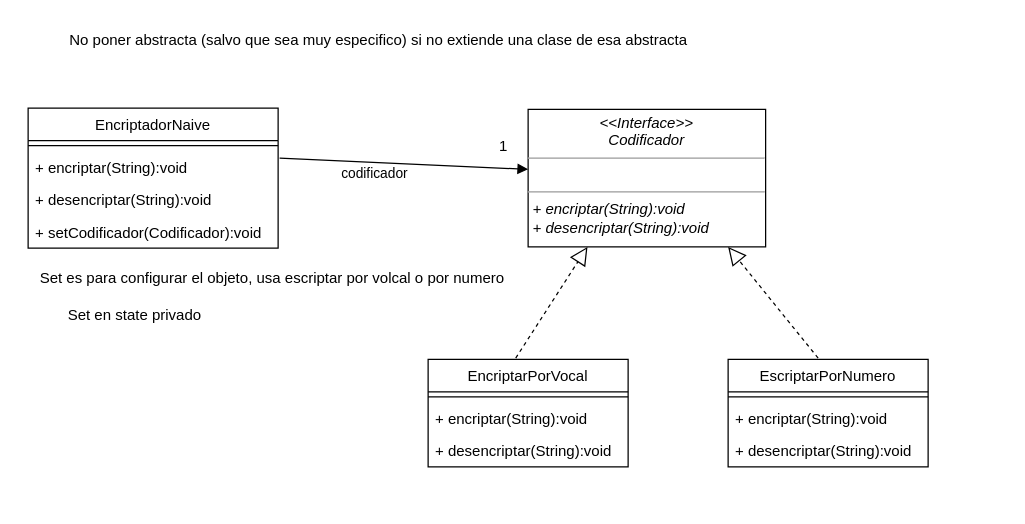
Earlier version of the draw.io diagram unq-po2-strategy-Encriptacion.drawio (nhubczyk/Diagramas-UML). Source tidied: cells renumbered, new cells numbered last; positions are measured from the earlier drawing's top-left corner, leaving out a move shared by most shapes. Both pictures are drawn from the tidied source at 125%, with x=0, y=0 at pixel (21, 21).
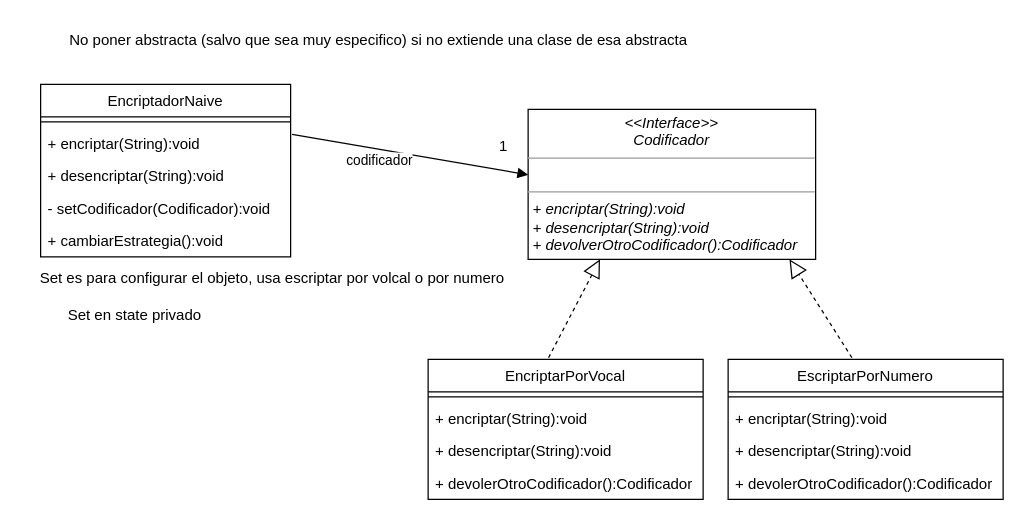
Above is the later version.

Change to the diagram source:
```diff
@@
-    <mxCell id="2" value="&lt;p style=&quot;margin:0px;margin-top:4px;text-align:center;&quot;&gt;&lt;i&gt;&amp;lt;&amp;lt;Interface&amp;gt;&amp;gt;&lt;br&gt;Codificador&lt;/i&gt;&lt;/p&gt;&lt;hr size=&quot;1&quot;&gt;&lt;p style=&quot;margin:0px;margin-left:4px;&quot;&gt;&lt;i&gt;&lt;br&gt;&lt;/i&gt;&lt;/p&gt;&lt;hr size=&quot;1&quot;&gt;&lt;p style=&quot;margin:0px;margin-left:4px;&quot;&gt;&lt;i&gt;+ encriptar(String):void&lt;/i&gt;&lt;/p&gt;&lt;p style=&quot;margin:0px;margin-left:4px;&quot;&gt;&lt;i&gt;+ desencriptar(String):void&lt;/i&gt;&lt;/p&gt;" style="verticalAlign=top;align=left;overflow=fill;fontSize=12;fontFamily=Helvetica;html=1;" parent="1" vertex="1">
-      <mxGeometry x="405" y="70" width="190" height="110" as="geometry" />
+    <mxCell id="2" value="&lt;p style=&quot;margin:0px;margin-top:4px;text-align:center;&quot;&gt;&lt;i&gt;&amp;lt;&amp;lt;Interface&amp;gt;&amp;gt;&lt;br&gt;Codificador&lt;/i&gt;&lt;/p&gt;&lt;hr size=&quot;1&quot;&gt;&lt;p style=&quot;margin:0px;margin-left:4px;&quot;&gt;&lt;i&gt;&lt;br&gt;&lt;/i&gt;&lt;/p&gt;&lt;hr size=&quot;1&quot;&gt;&lt;p style=&quot;margin:0px;margin-left:4px;&quot;&gt;&lt;i&gt;+ encriptar(String):void&lt;/i&gt;&lt;/p&gt;&lt;p style=&quot;margin:0px;margin-left:4px;&quot;&gt;&lt;i&gt;+ desencriptar(String):void&lt;/i&gt;&lt;/p&gt;&lt;p style=&quot;margin:0px;margin-left:4px;&quot;&gt;&lt;i&gt;+ devolverOtroCodificador():Codificador&lt;/i&gt;&lt;/p&gt;" style="verticalAlign=top;align=left;overflow=fill;fontSize=12;fontFamily=Helvetica;html=1;" parent="1" vertex="1">
+      <mxGeometry x="405" y="70" width="230" height="120" as="geometry" />
     </mxCell>
     <mxCell id="3" value="EncriptadorNaive" style="swimlane;fontStyle=0;align=center;verticalAlign=top;horizontal=1;startSize=26;" parent="1" vertex="1">
-      <mxGeometry x="5" y="69" width="200" height="112" as="geometry" />
+      <mxGeometry x="15" y="50" width="200" height="138" as="geometry" />
     </mxCell>
@@
-    <mxCell id="7" value="+ setCodificador(Codificador):void" style="text;strokeColor=none;fillColor=none;align=left;verticalAlign=top;spacingLeft=4;spacingRight=4;overflow=hidden;" parent="3" vertex="1">
+    <mxCell id="7" value="- setCodificador(Codificador):void" style="text;strokeColor=none;fillColor=none;align=left;verticalAlign=top;spacingLeft=4;spacingRight=4;overflow=hidden;" parent="3" vertex="1">
       <mxGeometry y="86" width="200" height="26" as="geometry" />
     </mxCell>
+    <mxCell id="23" value="+ cambiarEstrategia():void" style="text;strokeColor=none;fillColor=none;align=left;verticalAlign=top;spacingLeft=4;spacingRight=4;overflow=hidden;" parent="3" vertex="1">
+      <mxGeometry y="112" width="200" height="26" as="geometry" />
+    </mxCell>
@@
     <mxCell id="10" value="EncriptarPorVocal" style="swimlane;fontStyle=0;align=center;verticalAlign=top;horizontal=1;startSize=26;" parent="1" vertex="1">
-      <mxGeometry x="325" y="270" width="160" height="86" as="geometry" />
+      <mxGeometry x="325" y="270" width="220" height="112" as="geometry" />
     </mxCell>
     <mxCell id="11" style="line;strokeWidth=1;fillColor=none;align=left;verticalAlign=middle;spacingTop=-1;spacingLeft=3;spacingRight=3;labelPosition=right;strokeColor=inherit;" parent="10" vertex="1">
-      <mxGeometry y="26" width="160" height="8" as="geometry" />
+      <mxGeometry y="26" width="220" height="8" as="geometry" />
     </mxCell>
     <mxCell id="12" value="+ encriptar(String):void" style="text;strokeColor=none;fillColor=none;align=left;verticalAlign=top;spacingLeft=4;spacingRight=4;overflow=hidden;" parent="10" vertex="1">
-      <mxGeometry y="34" width="160" height="26" as="geometry" />
+      <mxGeometry y="34" width="220" height="26" as="geometry" />
     </mxCell>
     <mxCell id="13" value="+ desencriptar(String):void" style="text;strokeColor=none;fillColor=none;align=left;verticalAlign=top;spacingLeft=4;spacingRight=4;overflow=hidden;" parent="10" vertex="1">
-      <mxGeometry y="60" width="160" height="26" as="geometry" />
+      <mxGeometry y="60" width="220" height="26" as="geometry" />
     </mxCell>
+    <mxCell id="24" value="+ devolerOtroCodificador():Codificador" style="text;strokeColor=none;fillColor=none;align=left;verticalAlign=top;spacingLeft=4;spacingRight=4;overflow=hidden;" parent="10" vertex="1">
+      <mxGeometry y="86" width="220" height="26" as="geometry" />
+    </mxCell>
     <mxCell id="14" value="EscriptarPorNumero" style="swimlane;fontStyle=0;align=center;verticalAlign=top;horizontal=1;startSize=26;" parent="1" vertex="1">
-      <mxGeometry x="565" y="270" width="160" height="86" as="geometry" />
+      <mxGeometry x="565" y="270" width="220" height="112" as="geometry" />
     </mxCell>
     <mxCell id="15" style="line;strokeWidth=1;fillColor=none;align=left;verticalAlign=middle;spacingTop=-1;spacingLeft=3;spacingRight=3;labelPosition=right;strokeColor=inherit;" parent="14" vertex="1">
-      <mxGeometry y="26" width="160" height="8" as="geometry" />
+      <mxGeometry y="26" width="220" height="8" as="geometry" />
     </mxCell>
     <mxCell id="16" value="+ encriptar(String):void" style="text;strokeColor=none;fillColor=none;align=left;verticalAlign=top;spacingLeft=4;spacingRight=4;overflow=hidden;" parent="14" vertex="1">
-      <mxGeometry y="34" width="160" height="26" as="geometry" />
+      <mxGeometry y="34" width="220" height="26" as="geometry" />
     </mxCell>
     <mxCell id="17" value="+ desencriptar(String):void" style="text;strokeColor=none;fillColor=none;align=left;verticalAlign=top;spacingLeft=4;spacingRight=4;overflow=hidden;" parent="14" vertex="1">
-      <mxGeometry y="60" width="160" height="26" as="geometry" />
+      <mxGeometry y="60" width="220" height="26" as="geometry" />
     </mxCell>
+    <mxCell id="25" value="+ devolerOtroCodificador():Codificador" style="text;strokeColor=none;fillColor=none;align=left;verticalAlign=top;spacingLeft=4;spacingRight=4;overflow=hidden;" parent="14" vertex="1">
+      <mxGeometry y="86" width="220" height="26" as="geometry" />
+    </mxCell>
@@
-    <mxCell id="19" style="endArrow=block;dashed=1;endFill=0;endSize=12;html=1;rounded=0;exitX=0.45;exitY=-0.012;exitDx=0;exitDy=0;exitPerimeter=0;" parent="1" edge="1" source="14">
-      <mxGeometry relative="1" as="geometry">
-        <mxPoint x="565" y="180" as="targetPoint" />
-      </mxGeometry>
+    <mxCell id="19" style="endArrow=block;dashed=1;endFill=0;endSize=12;html=1;rounded=0;exitX=0.45;exitY=-0.012;exitDx=0;exitDy=0;exitPerimeter=0;entryX=0.909;entryY=1;entryDx=0;entryDy=0;entryPerimeter=0;" parent="1" edge="1" source="14" target="2">
+      <mxGeometry relative="1" as="geometry" />
     </mxCell>
```
